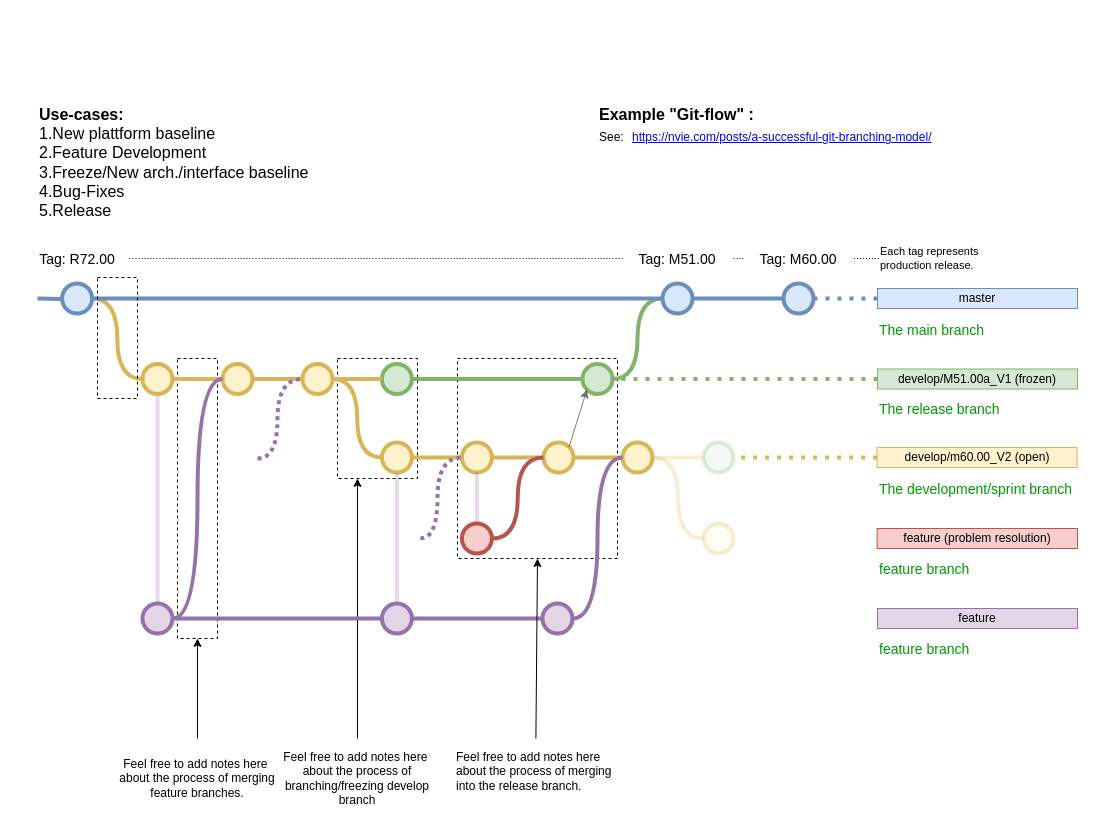
Earlier version of the draw.io diagram doc/GitHub_Branch_Strategy.drawio (DedeHa/TimeSheet). Source tidied: cells renumbered, new cells numbered last; positions are measured from the earlier drawing's top-left corner, leaving out a move shared by most shapes. Both pictures are drawn from the tidied source at 100%, with x=0, y=0 at pixel (25, 98).
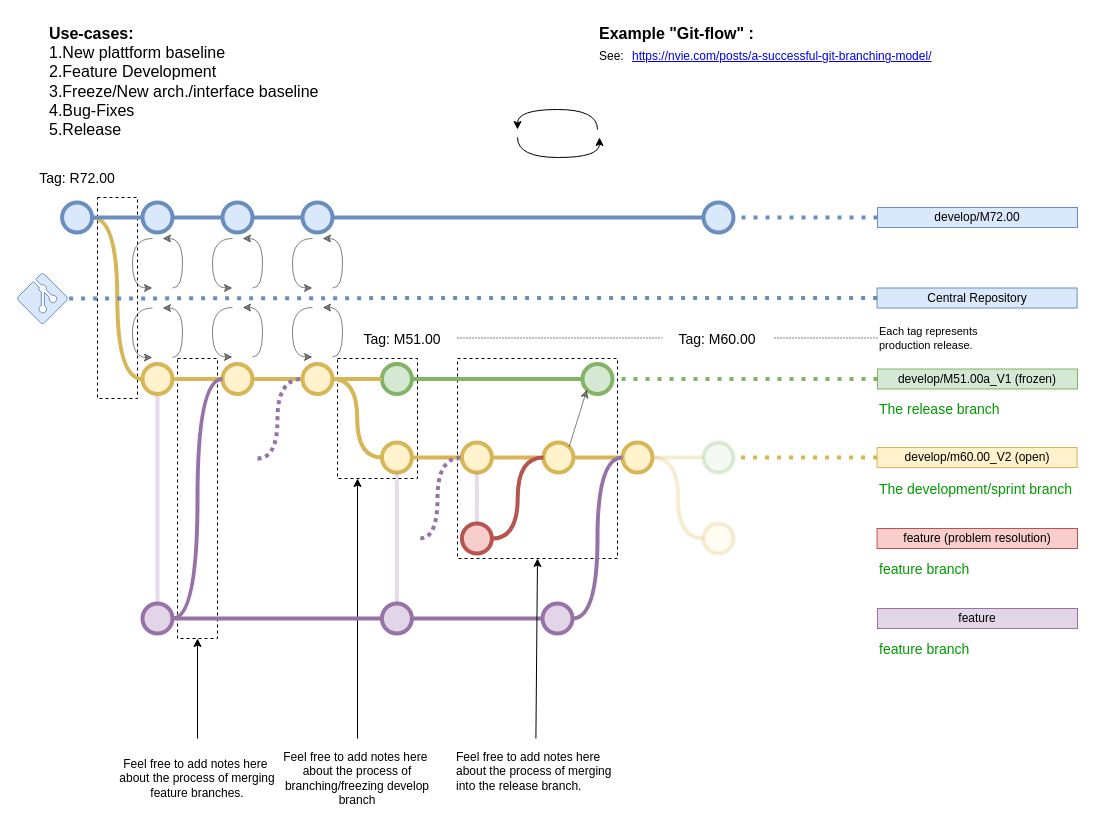
After the change.

Commit message:
INF_D|Include Central Repository Setup for Generic Software

Unchanged cells that the change refers to:
```xml
<mxCell id="31" style="verticalLabelPosition=bottom;verticalAlign=top;html=1;strokeWidth=4;shape=mxgraph.flowchart.on-page_reference;strokeColor=#d6b656;fillColor=#fff2cc;" parent="1" vertex="1">
  <mxGeometry x="117" y="265.5" width="30" height="30" as="geometry" />
</mxCell>
<mxCell id="36" value="develop/M51.00a_V1 (frozen)" style="text;html=1;strokeColor=#82b366;fillColor=#d5e8d4;align=center;verticalAlign=middle;whiteSpace=wrap;rounded=0;fontSize=12;" parent="1" vertex="1">
  <mxGeometry x="852" y="270.5" width="200" height="20" as="geometry" />
</mxCell>
<mxCell id="38" value="develop/m60.00_V2 (open)" style="text;html=1;strokeColor=#d6b656;fillColor=#fff2cc;align=center;verticalAlign=middle;whiteSpace=wrap;rounded=0;" parent="1" vertex="1">
  <mxGeometry x="851.6" y="349" width="200" height="20" as="geometry" />
</mxCell>
<mxCell id="43" style="verticalLabelPosition=bottom;verticalAlign=top;html=1;strokeWidth=4;shape=mxgraph.flowchart.on-page_reference;strokeColor=#82b366;fillColor=#d5e8d4;" parent="1" vertex="1">
  <mxGeometry x="356.4" y="265.5" width="30" height="30" as="geometry" />
</mxCell>
<mxCell id="61" style="verticalLabelPosition=bottom;verticalAlign=top;html=1;strokeWidth=4;shape=mxgraph.flowchart.on-page_reference;strokeColor=#82b366;fillColor=#d5e8d4;opacity=25;" parent="1" vertex="1">
  <mxGeometry x="678" y="344" width="30" height="30" as="geometry" />
</mxCell>
<mxCell id="66" style="verticalLabelPosition=bottom;verticalAlign=top;html=1;strokeWidth=4;shape=mxgraph.flowchart.on-page_reference;strokeColor=#82b366;fillColor=#d5e8d4;" parent="1" vertex="1">
  <mxGeometry x="557" y="265.5" width="30" height="30" as="geometry" />
</mxCell>
```

What changed in the source:
```diff
@@
+    <mxCell id="76" style="text;html=1;align=center;verticalAlign=middle;whiteSpace=wrap;rounded=0;strokeColor=default;dashed=1;" parent="1" vertex="1">
+      <mxGeometry x="72" y="99" width="40" height="201" as="geometry" />
+    </mxCell>
@@
-    <mxCell id="5" style="edgeStyle=orthogonalEdgeStyle;rounded=0;jettySize=auto;html=1;entryX=1;entryY=0.5;entryDx=0;entryDy=0;entryPerimeter=0;endArrow=none;endFill=0;strokeWidth=4;curved=1;fillColor=#fff2cc;strokeColor=#d6b656;exitX=0;exitY=0.5;exitDx=0;exitDy=0;exitPerimeter=0;" parent="1" edge="1" source="31" target="6">
+    <mxCell id="5" style="edgeStyle=orthogonalEdgeStyle;rounded=0;jettySize=auto;html=1;entryX=1;entryY=0.5;entryDx=0;entryDy=0;entryPerimeter=0;endArrow=none;endFill=0;strokeWidth=4;curved=1;fillColor=#fff2cc;strokeColor=#d6b656;exitX=0;exitY=0.5;exitDx=0;exitDy=0;exitPerimeter=0;" parent="1" edge="1" source="31" target="8">
       <mxGeometry relative="1" as="geometry" />
     </mxCell>
-    <mxCell id="6" style="verticalLabelPosition=bottom;verticalAlign=top;html=1;strokeWidth=4;shape=mxgraph.flowchart.on-page_reference;fillColor=#dae8fc;strokeColor=#6c8ebf;" parent="1" vertex="1">
-      <mxGeometry x="36.6" y="185" width="30" height="30" as="geometry" />
-    </mxCell>
-    <mxCell id="7" style="edgeStyle=orthogonalEdgeStyle;curved=1;rounded=0;jettySize=auto;html=1;endArrow=none;endFill=0;strokeWidth=4;entryX=0;entryY=0.5;entryDx=0;entryDy=0;entryPerimeter=0;fillColor=#dae8fc;strokeColor=#6c8ebf;" parent="1" edge="1" source="8" target="9">
-      <mxGeometry relative="1" as="geometry" />
+    <mxCell id="7" style="edgeStyle=orthogonalEdgeStyle;curved=1;rounded=0;jettySize=auto;html=1;endArrow=none;endFill=0;strokeWidth=4;fillColor=#dae8fc;strokeColor=#6c8ebf;startArrow=none;" parent="1" edge="1" source="103">
+      <mxGeometry relative="1" as="geometry">
+        <mxPoint x="692" y="119" as="targetPoint" />
+      </mxGeometry>
     </mxCell>
     <mxCell id="8" style="verticalLabelPosition=bottom;verticalAlign=top;html=1;strokeWidth=4;shape=mxgraph.flowchart.on-page_reference;strokeColor=#6c8ebf;fillColor=#dae8fc;" parent="1" vertex="1">
-      <mxGeometry x="637" y="185" width="30" height="30" as="geometry" />
+      <mxGeometry x="36.6" y="104" width="30" height="30" as="geometry" />
     </mxCell>
-    <mxCell id="9" style="verticalLabelPosition=bottom;verticalAlign=top;html=1;strokeWidth=4;shape=mxgraph.flowchart.on-page_reference;strokeColor=#6c8ebf;fillColor=#dae8fc;" parent="1" vertex="1">
-      <mxGeometry x="758" y="185" width="30" height="30" as="geometry" />
-    </mxCell>
-    <mxCell id="10" style="edgeStyle=orthogonalEdgeStyle;rounded=0;html=1;jettySize=auto;strokeWidth=4;endArrow=none;endFill=0;align=left;fillColor=#dae8fc;strokeColor=#6c8ebf;" parent="1" edge="1" target="6">
-      <mxGeometry x="41.9" y="240" as="geometry">
-        <mxPoint x="12" y="200" as="sourcePoint" />
-      </mxGeometry>
-    </mxCell>
@@
-    <mxCell id="12" style="edgeStyle=orthogonalEdgeStyle;curved=1;rounded=0;html=1;entryX=0;entryY=0.5;entryPerimeter=0;endArrow=none;endFill=0;jettySize=auto;strokeWidth=4;fontSize=15;fillColor=#d5e8d4;strokeColor=#82b366;entryDx=0;entryDy=0;exitX=1;exitY=0.5;exitDx=0;exitDy=0;exitPerimeter=0;" parent="1" edge="1" source="66" target="8">
-      <mxGeometry relative="1" as="geometry" />
-    </mxCell>
@@
-    <mxCell id="19" value="The main branch&lt;br&gt;" style="text;html=1;strokeColor=none;fillColor=none;align=left;verticalAlign=middle;whiteSpace=wrap;overflow=hidden;fontSize=14;fontStyle=0;fontColor=#009900;" parent="1" vertex="1">
-      <mxGeometry x="852" y="221.5" width="121.4" height="18.5" as="geometry" />
-    </mxCell>
     <mxCell id="20" value="Tag: R72.00" style="text;html=1;strokeColor=none;fillColor=none;align=center;verticalAlign=middle;whiteSpace=wrap;overflow=hidden;fontSize=14;" parent="1" vertex="1">
-      <mxGeometry x="-0.4" y="150" width="104" height="20" as="geometry" />
+      <mxGeometry x="-0.4" y="69" width="104" height="20" as="geometry" />
     </mxCell>
@@
     <mxCell id="24" value="&lt;span style=&quot;text-align: center ; font-size: 11px&quot;&gt;Each tag represents production release.&lt;/span&gt;" style="text;html=1;strokeColor=none;fillColor=none;align=left;verticalAlign=middle;whiteSpace=wrap;overflow=hidden;fontSize=11;fontStyle=0;fontColor=#000000;" parent="1" vertex="1">
-      <mxGeometry x="853.4" y="141" width="120" height="38" as="geometry" />
+      <mxGeometry x="852" y="220.5" width="120" height="38" as="geometry" />
     </mxCell>
     <mxCell id="25" value="Example &quot;Git-flow&quot; :" style="text;whiteSpace=wrap;html=1;fontStyle=1;fontSize=16;" parent="1" vertex="1">
-      <mxGeometry x="572" width="427.8" height="20" as="geometry" />
+      <mxGeometry x="572" y="-81" width="427.8" height="20" as="geometry" />
     </mxCell>
     <mxCell id="26" value="&lt;a href=&quot;https://nvie.com/posts/a-successful-git-branching-model/&quot;&gt;https://nvie.com/posts/a-successful-git-branching-model/&lt;/a&gt;" style="text;whiteSpace=wrap;html=1;" parent="1" vertex="1">
-      <mxGeometry x="604.8" y="25" width="355" height="20" as="geometry" />
+      <mxGeometry x="604.8" y="-56" width="355" height="20" as="geometry" />
     </mxCell>
     <mxCell id="27" value="See:" style="text;whiteSpace=wrap;html=1;" parent="1" vertex="1">
-      <mxGeometry x="572" y="25" width="32.8" height="20" as="geometry" />
+      <mxGeometry x="572" y="-56" width="32.8" height="20" as="geometry" />
     </mxCell>
@@
-    <mxCell id="32" style="edgeStyle=orthogonalEdgeStyle;rounded=0;html=1;jettySize=auto;endArrow=none;endFill=0;strokeWidth=4;strokeColor=#6c8ebf;entryX=0;entryY=0.5;entryDx=0;entryDy=0;entryPerimeter=0;fillColor=#dae8fc;" parent="1" edge="1" source="6" target="8">
-      <mxGeometry x="141.9" y="240" as="geometry" />
-    </mxCell>
@@
-    <mxCell id="35" value="master" style="text;html=1;strokeColor=#6c8ebf;fillColor=#dae8fc;align=center;verticalAlign=middle;whiteSpace=wrap;rounded=0;" parent="1" vertex="1">
-      <mxGeometry x="852" y="190" width="200" height="20" as="geometry" />
+    <mxCell id="35" value="develop/M72.00" style="text;html=1;strokeColor=#6c8ebf;fillColor=#dae8fc;align=center;verticalAlign=middle;whiteSpace=wrap;rounded=0;" parent="1" vertex="1">
+      <mxGeometry x="852" y="109" width="200" height="20" as="geometry" />
     </mxCell>
@@
-    <mxCell id="39" style="edgeStyle=orthogonalEdgeStyle;rounded=0;html=1;jettySize=auto;strokeWidth=4;endArrow=none;endFill=0;align=left;fillColor=#dae8fc;strokeColor=#6c8ebf;exitX=0;exitY=0.5;exitDx=0;exitDy=0;dashed=1;dashPattern=1 2;entryX=1;entryY=0.5;entryDx=0;entryDy=0;entryPerimeter=0;" parent="1" edge="1" source="35" target="9">
-      <mxGeometry x="211.9" y="250" as="geometry" />
+    <mxCell id="39" style="edgeStyle=orthogonalEdgeStyle;rounded=0;html=1;jettySize=auto;strokeWidth=4;endArrow=none;endFill=0;align=left;fillColor=#dae8fc;strokeColor=#6c8ebf;exitX=0;exitY=0.5;exitDx=0;exitDy=0;dashed=1;dashPattern=1 2;startArrow=none;" parent="1" edge="1" source="83">
+      <mxGeometry x="211.9" y="331" as="geometry">
+        <mxPoint x="692" y="119" as="targetPoint" />
+      </mxGeometry>
     </mxCell>
     <mxCell id="40" style="edgeStyle=orthogonalEdgeStyle;rounded=0;html=1;jettySize=auto;strokeWidth=4;endArrow=none;endFill=0;align=left;fillColor=#d5e8d4;strokeColor=#82b366;exitX=0;exitY=0.5;exitDx=0;exitDy=0;entryX=1;entryY=0.5;entryDx=0;entryDy=0;entryPerimeter=0;startArrow=none;" parent="1" edge="1" source="66" target="43">
-      <mxGeometry x="221.9" y="260" as="geometry" />
+      <mxGeometry x="221.9" y="341" as="geometry" />
     </mxCell>
-    <mxCell id="41" style="edgeStyle=orthogonalEdgeStyle;rounded=0;html=1;jettySize=auto;strokeWidth=1;endArrow=none;endFill=0;align=left;exitX=0;exitY=0.5;exitDx=0;exitDy=0;dashed=1;dashPattern=1 2;entryX=1;entryY=0.5;entryDx=0;entryDy=0;startArrow=none;" parent="1" edge="1" source="50" target="20">
-      <mxGeometry x="221.9" y="262" as="geometry" />
-    </mxCell>
@@
     <mxCell id="50" value="Tag: M51.00" style="text;html=1;strokeColor=none;fillColor=#FFFFFF;align=center;verticalAlign=middle;whiteSpace=wrap;overflow=hidden;fontSize=14;" parent="1" vertex="1">
-      <mxGeometry x="597" y="150" width="110" height="20" as="geometry" />
+      <mxGeometry x="322" y="229.5" width="110" height="20" as="geometry" />
     </mxCell>
     <mxCell id="51" style="edgeStyle=orthogonalEdgeStyle;rounded=0;html=1;jettySize=auto;strokeWidth=1;endArrow=none;endFill=0;align=left;exitX=0;exitY=0.5;exitDx=0;exitDy=0;dashed=1;dashPattern=1 2;entryX=1;entryY=0.5;entryDx=0;entryDy=0;startArrow=none;" parent="1" edge="1" source="52" target="50">
-      <mxGeometry x="221.9" y="262" as="geometry" />
+      <mxGeometry x="221.9" y="343" as="geometry" />
     </mxCell>
     <mxCell id="52" value="Tag: M60.00" style="text;html=1;strokeColor=none;fillColor=#FFFFFF;align=center;verticalAlign=middle;whiteSpace=wrap;overflow=hidden;fontSize=14;" parent="1" vertex="1">
-      <mxGeometry x="718" y="150" width="110" height="20" as="geometry" />
+      <mxGeometry x="637" y="229.5" width="110" height="20" as="geometry" />
     </mxCell>
     <mxCell id="53" style="edgeStyle=orthogonalEdgeStyle;rounded=0;html=1;jettySize=auto;strokeWidth=1;endArrow=none;endFill=0;align=left;exitX=0;exitY=0.5;exitDx=0;exitDy=0;dashed=1;dashPattern=1 2;entryX=1;entryY=0.5;entryDx=0;entryDy=0;" parent="1" edge="1" source="24" target="52">
-      <mxGeometry x="261.9" y="260" as="geometry" />
+      <mxGeometry x="261.9" y="341" as="geometry" />
     </mxCell>
     <mxCell id="54" value="Use-cases:&lt;br&gt;&lt;span style=&quot;font-weight: 400&quot;&gt;1.New plattform baseline&lt;/span&gt;&lt;span style=&quot;font-weight: normal&quot;&gt;&lt;br&gt;2.Feature Development&lt;br&gt;&lt;/span&gt;&lt;span style=&quot;font-weight: 400&quot;&gt;3.Freeze/New arch./interface baseline&lt;/span&gt;&lt;span style=&quot;font-weight: 400&quot;&gt;&lt;br&gt;4.Bug-Fixes&lt;br&gt;&lt;/span&gt;&lt;span style=&quot;font-weight: 400&quot;&gt;5.Release&lt;/span&gt;&lt;span style=&quot;font-weight: 400&quot;&gt;&lt;br&gt;&lt;/span&gt;" style="text;whiteSpace=wrap;html=1;fontStyle=1;fontSize=16;" parent="1" vertex="1">
-      <mxGeometry x="12" width="427.8" height="120" as="geometry" />
+      <mxGeometry x="22" y="-81" width="427.8" height="120" as="geometry" />
     </mxCell>
@@
     <mxCell id="67" style="edgeStyle=orthogonalEdgeStyle;rounded=0;html=1;jettySize=auto;strokeWidth=4;endArrow=none;endFill=0;align=left;fillColor=#d5e8d4;strokeColor=#82b366;exitX=0;exitY=0.5;exitDx=0;exitDy=0;dashed=1;dashPattern=1 2;entryX=1;entryY=0.5;entryDx=0;entryDy=0;entryPerimeter=0;" parent="1" edge="1" source="36" target="66">
-      <mxGeometry x="221.9" y="260" as="geometry" />
+      <mxGeometry x="221.9" y="341" as="geometry" />
     </mxCell>
@@
     <mxCell id="75" style="edgeStyle=orthogonalEdgeStyle;rounded=0;html=1;jettySize=auto;strokeWidth=4;endArrow=none;endFill=0;align=left;fillColor=#fff2cc;strokeColor=#d6b656;exitX=0;exitY=0.5;exitDx=0;exitDy=0;dashed=1;dashPattern=1 2;entryX=1;entryY=0.5;entryDx=0;entryDy=0;entryPerimeter=0;" parent="1" edge="1" source="38" target="61">
-      <mxGeometry x="231.9" y="270" as="geometry" />
+      <mxGeometry x="231.9" y="351" as="geometry" />
     </mxCell>
-    <mxCell id="76" style="text;html=1;align=center;verticalAlign=middle;whiteSpace=wrap;rounded=0;strokeColor=default;dashed=1;" parent="1" vertex="1">
-      <mxGeometry x="72" y="179" width="40" height="121" as="geometry" />
-    </mxCell>
@@
+    <mxCell id="80" style="verticalLabelPosition=bottom;html=1;verticalAlign=top;align=center;strokeColor=#6c8ebf;fillColor=#dae8fc;shape=mxgraph.azure.git_repository;" parent="1" vertex="1">
+      <mxGeometry x="-8" y="175" width="50" height="50" as="geometry" />
+    </mxCell>
+    <mxCell id="81" value="Central Repository" style="text;html=1;strokeColor=#6c8ebf;fillColor=#dae8fc;align=center;verticalAlign=middle;whiteSpace=wrap;rounded=0;" parent="1" vertex="1">
+      <mxGeometry x="851.6" y="189.5" width="200" height="20" as="geometry" />
+    </mxCell>
+    <mxCell id="82" style="edgeStyle=orthogonalEdgeStyle;rounded=0;html=1;jettySize=auto;strokeWidth=4;endArrow=none;endFill=0;align=left;fillColor=#dae8fc;strokeColor=#6c8ebf;exitX=0;exitY=0.5;exitDx=0;exitDy=0;dashed=1;dashPattern=1 2;entryX=1;entryY=0.5;entryDx=0;entryDy=0;entryPerimeter=0;" parent="1" edge="1" source="81" target="80">
+      <mxGeometry x="211.5" y="411.5" as="geometry" />
+    </mxCell>
+    <mxCell id="83" style="verticalLabelPosition=bottom;verticalAlign=top;html=1;strokeWidth=4;shape=mxgraph.flowchart.on-page_reference;strokeColor=#6c8ebf;fillColor=#dae8fc;" parent="1" vertex="1">
+      <mxGeometry x="678" y="104" width="30" height="30" as="geometry" />
+    </mxCell>
+    <mxCell id="84" style="edgeStyle=orthogonalEdgeStyle;rounded=0;html=1;jettySize=auto;strokeWidth=4;endArrow=none;endFill=0;align=left;fillColor=#dae8fc;strokeColor=#6c8ebf;exitX=0;exitY=0.5;exitDx=0;exitDy=0;dashed=1;dashPattern=1 2;" parent="1" edge="1" source="35" target="83">
+      <mxGeometry x="211.9" y="331" as="geometry" />
+    </mxCell>
+    <mxCell id="85" style="endArrow=classic;html=1;strokeWidth=1;fontFamily=Courier New;fontColor=#009900;edgeStyle=orthogonalEdgeStyle;curved=1;" parent="1" edge="1">
+      <mxGeometry relative="1" as="geometry">
+        <mxPoint x="492" y="39" as="sourcePoint" />
+        <mxPoint x="574" y="39" as="targetPoint" />
+        <Array as="points">
+          <mxPoint x="492" y="59" />
+          <mxPoint x="574" y="59" />
+        </Array>
+      </mxGeometry>
+    </mxCell>
+    <mxCell id="86" style="endArrow=classic;html=1;strokeWidth=1;fontFamily=Courier New;fontColor=#009900;edgeStyle=orthogonalEdgeStyle;curved=1;" parent="1" edge="1">
+      <mxGeometry relative="1" as="geometry">
+        <mxPoint x="572" y="31" as="sourcePoint" />
+        <mxPoint x="492" y="31" as="targetPoint" />
+        <Array as="points">
+          <mxPoint x="572" y="11" />
+          <mxPoint x="492" y="11" />
+        </Array>
+      </mxGeometry>
+    </mxCell>
+    <mxCell id="87" style="endArrow=classic;html=1;strokeWidth=1;fontFamily=Courier New;fontColor=#009900;edgeStyle=orthogonalEdgeStyle;curved=1;opacity=50;" parent="1" edge="1">
+      <mxGeometry relative="1" as="geometry">
+        <mxPoint x="147" y="259" as="sourcePoint" />
+        <mxPoint x="137" y="209.5" as="targetPoint" />
+        <Array as="points">
+          <mxPoint x="157" y="259" />
+          <mxPoint x="157" y="210" />
+        </Array>
+      </mxGeometry>
+    </mxCell>
+    <mxCell id="88" style="endArrow=classic;html=1;strokeWidth=1;fontFamily=Courier New;fontColor=#009900;edgeStyle=orthogonalEdgeStyle;curved=1;opacity=50;" parent="1" edge="1">
+      <mxGeometry relative="1" as="geometry">
+        <mxPoint x="127" y="209.5" as="sourcePoint" />
+        <mxPoint x="127" y="259" as="targetPoint" />
+        <Array as="points">
+          <mxPoint x="107" y="210" />
+          <mxPoint x="107" y="259" />
+        </Array>
+      </mxGeometry>
+    </mxCell>
+    <mxCell id="89" style="endArrow=classic;html=1;strokeWidth=1;fontFamily=Courier New;fontColor=#009900;edgeStyle=orthogonalEdgeStyle;curved=1;opacity=50;" parent="1" edge="1">
+      <mxGeometry relative="1" as="geometry">
+        <mxPoint x="227" y="258.5" as="sourcePoint" />
+        <mxPoint x="217" y="209" as="targetPoint" />
+        <Array as="points">
+          <mxPoint x="237" y="258.5" />
+          <mxPoint x="237" y="209.5" />
+        </Array>
+      </mxGeometry>
+    </mxCell>
+    <mxCell id="90" style="endArrow=classic;html=1;strokeWidth=1;fontFamily=Courier New;fontColor=#009900;edgeStyle=orthogonalEdgeStyle;curved=1;opacity=50;" parent="1" edge="1">
+      <mxGeometry relative="1" as="geometry">
+        <mxPoint x="207" y="209" as="sourcePoint" />
+        <mxPoint x="207" y="258.5" as="targetPoint" />
+        <Array as="points">
+          <mxPoint x="187" y="209.5" />
+          <mxPoint x="187" y="258.5" />
+        </Array>
+      </mxGeometry>
+    </mxCell>
+    <mxCell id="91" style="endArrow=classic;html=1;strokeWidth=1;fontFamily=Courier New;fontColor=#009900;edgeStyle=orthogonalEdgeStyle;curved=1;opacity=50;" parent="1" edge="1">
+      <mxGeometry relative="1" as="geometry">
+        <mxPoint x="147" y="189.5" as="sourcePoint" />
+        <mxPoint x="137" y="140" as="targetPoint" />
+        <Array as="points">
+          <mxPoint x="157" y="189.5" />
+          <mxPoint x="157" y="140.5" />
+        </Array>
+      </mxGeometry>
+    </mxCell>
+    <mxCell id="92" style="endArrow=classic;html=1;strokeWidth=1;fontFamily=Courier New;fontColor=#009900;edgeStyle=orthogonalEdgeStyle;curved=1;opacity=50;" parent="1" edge="1">
+      <mxGeometry relative="1" as="geometry">
+        <mxPoint x="127" y="140" as="sourcePoint" />
+        <mxPoint x="127" y="189.5" as="targetPoint" />
+        <Array as="points">
+          <mxPoint x="107" y="140.5" />
+          <mxPoint x="107" y="189.5" />
+        </Array>
+      </mxGeometry>
+    </mxCell>
+    <mxCell id="93" style="endArrow=classic;html=1;strokeWidth=1;fontFamily=Courier New;fontColor=#009900;edgeStyle=orthogonalEdgeStyle;curved=1;opacity=50;" parent="1" edge="1">
+      <mxGeometry relative="1" as="geometry">
+        <mxPoint x="227" y="189.5" as="sourcePoint" />
+        <mxPoint x="217" y="140" as="targetPoint" />
+        <Array as="points">
+          <mxPoint x="237" y="189.5" />
+          <mxPoint x="237" y="140.5" />
+        </Array>
+      </mxGeometry>
+    </mxCell>
+    <mxCell id="94" style="endArrow=classic;html=1;strokeWidth=1;fontFamily=Courier New;fontColor=#009900;edgeStyle=orthogonalEdgeStyle;curved=1;opacity=50;" parent="1" edge="1">
+      <mxGeometry relative="1" as="geometry">
+        <mxPoint x="207" y="140" as="sourcePoint" />
+        <mxPoint x="207" y="189.5" as="targetPoint" />
+        <Array as="points">
+          <mxPoint x="187" y="140.5" />
+          <mxPoint x="187" y="189.5" />
+        </Array>
+      </mxGeometry>
+    </mxCell>
+    <mxCell id="95" style="endArrow=classic;html=1;strokeWidth=1;fontFamily=Courier New;fontColor=#009900;edgeStyle=orthogonalEdgeStyle;curved=1;opacity=50;" parent="1" edge="1">
+      <mxGeometry relative="1" as="geometry">
+        <mxPoint x="307" y="189.5" as="sourcePoint" />
+        <mxPoint x="297" y="140" as="targetPoint" />
+        <Array as="points">
+          <mxPoint x="317" y="189.5" />
+          <mxPoint x="317" y="140.5" />
+        </Array>
+      </mxGeometry>
+    </mxCell>
+    <mxCell id="96" style="endArrow=classic;html=1;strokeWidth=1;fontFamily=Courier New;fontColor=#009900;edgeStyle=orthogonalEdgeStyle;curved=1;opacity=50;" parent="1" edge="1">
+      <mxGeometry relative="1" as="geometry">
+        <mxPoint x="287" y="140" as="sourcePoint" />
+        <mxPoint x="287" y="189.5" as="targetPoint" />
+        <Array as="points">
+          <mxPoint x="267" y="140.5" />
+          <mxPoint x="267" y="189.5" />
+        </Array>
+      </mxGeometry>
+    </mxCell>
+    <mxCell id="97" style="endArrow=classic;html=1;strokeWidth=1;fontFamily=Courier New;fontColor=#009900;edgeStyle=orthogonalEdgeStyle;curved=1;opacity=50;" parent="1" edge="1">
+      <mxGeometry relative="1" as="geometry">
+        <mxPoint x="307" y="258.5" as="sourcePoint" />
+        <mxPoint x="297" y="209" as="targetPoint" />
+        <Array as="points">
+          <mxPoint x="317" y="258.5" />
+          <mxPoint x="317" y="209.5" />
+        </Array>
+      </mxGeometry>
+    </mxCell>
+    <mxCell id="98" style="endArrow=classic;html=1;strokeWidth=1;fontFamily=Courier New;fontColor=#009900;edgeStyle=orthogonalEdgeStyle;curved=1;opacity=50;" parent="1" edge="1">
+      <mxGeometry relative="1" as="geometry">
+        <mxPoint x="287" y="209" as="sourcePoint" />
+        <mxPoint x="287" y="258.5" as="targetPoint" />
+        <Array as="points">
+          <mxPoint x="267" y="209.5" />
+          <mxPoint x="267" y="258.5" />
+        </Array>
+      </mxGeometry>
+    </mxCell>
+    <mxCell id="99" style="verticalLabelPosition=bottom;verticalAlign=top;html=1;strokeWidth=4;shape=mxgraph.flowchart.on-page_reference;strokeColor=#6c8ebf;fillColor=#dae8fc;" parent="1" vertex="1">
+      <mxGeometry x="117" y="104" width="30" height="30" as="geometry" />
+    </mxCell>
+    <mxCell id="100" style="edgeStyle=orthogonalEdgeStyle;curved=1;rounded=0;jettySize=auto;html=1;endArrow=none;endFill=0;strokeWidth=4;fillColor=#dae8fc;strokeColor=#6c8ebf;" parent="1" edge="1" source="8" target="99">
+      <mxGeometry relative="1" as="geometry" />
+    </mxCell>
+    <mxCell id="101" style="verticalLabelPosition=bottom;verticalAlign=top;html=1;strokeWidth=4;shape=mxgraph.flowchart.on-page_reference;strokeColor=#6c8ebf;fillColor=#dae8fc;" parent="1" vertex="1">
+      <mxGeometry x="197" y="104" width="30" height="30" as="geometry" />
+    </mxCell>
+    <mxCell id="102" style="edgeStyle=orthogonalEdgeStyle;curved=1;rounded=0;jettySize=auto;html=1;endArrow=none;endFill=0;strokeWidth=4;fillColor=#dae8fc;strokeColor=#6c8ebf;startArrow=none;" parent="1" edge="1" source="99" target="101">
+      <mxGeometry relative="1" as="geometry" />
+    </mxCell>
+    <mxCell id="103" style="verticalLabelPosition=bottom;verticalAlign=top;html=1;strokeWidth=4;shape=mxgraph.flowchart.on-page_reference;strokeColor=#6c8ebf;fillColor=#dae8fc;" parent="1" vertex="1">
+      <mxGeometry x="277" y="104" width="30" height="30" as="geometry" />
+    </mxCell>
+    <mxCell id="104" style="edgeStyle=orthogonalEdgeStyle;curved=1;rounded=0;jettySize=auto;html=1;endArrow=none;endFill=0;strokeWidth=4;fillColor=#dae8fc;strokeColor=#6c8ebf;startArrow=none;" parent="1" edge="1" source="101" target="103">
+      <mxGeometry relative="1" as="geometry" />
+    </mxCell>
```
